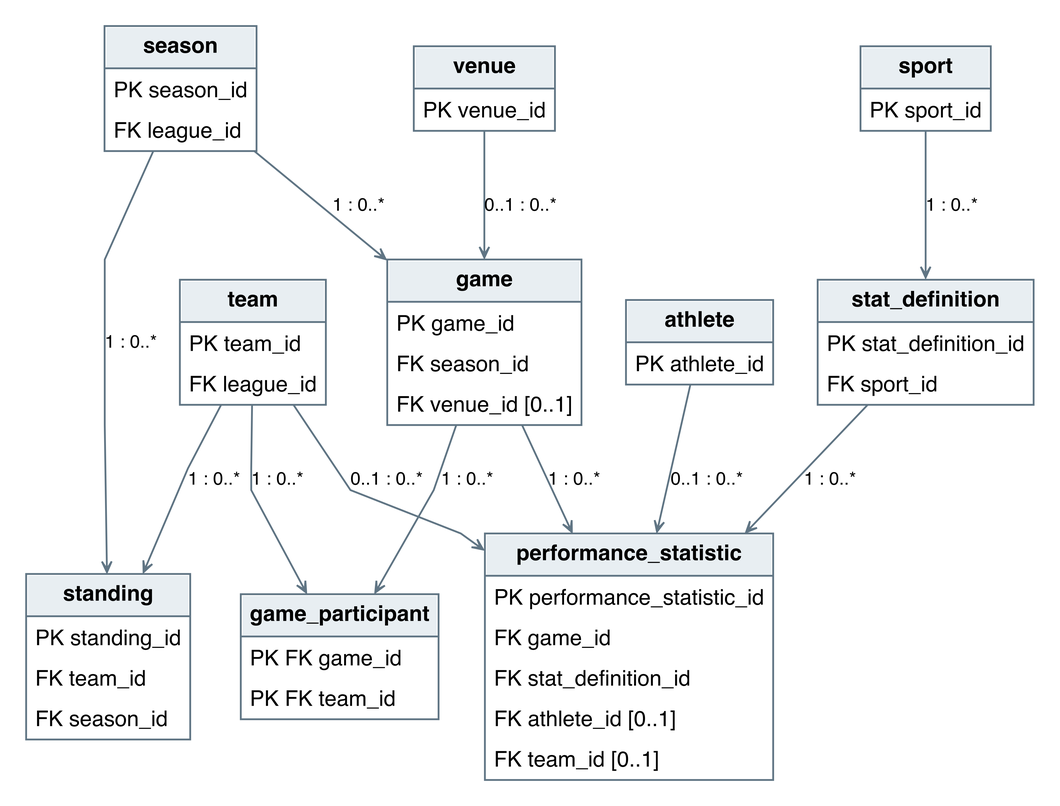
Before: docs/final-report/diagrams/games-statistics.png, a diagram exported from Graphviz (g497813927/NFLPlayersAnalytics). Its source is kept beside it as docs/final-report/diagrams/games-statistics.dot.
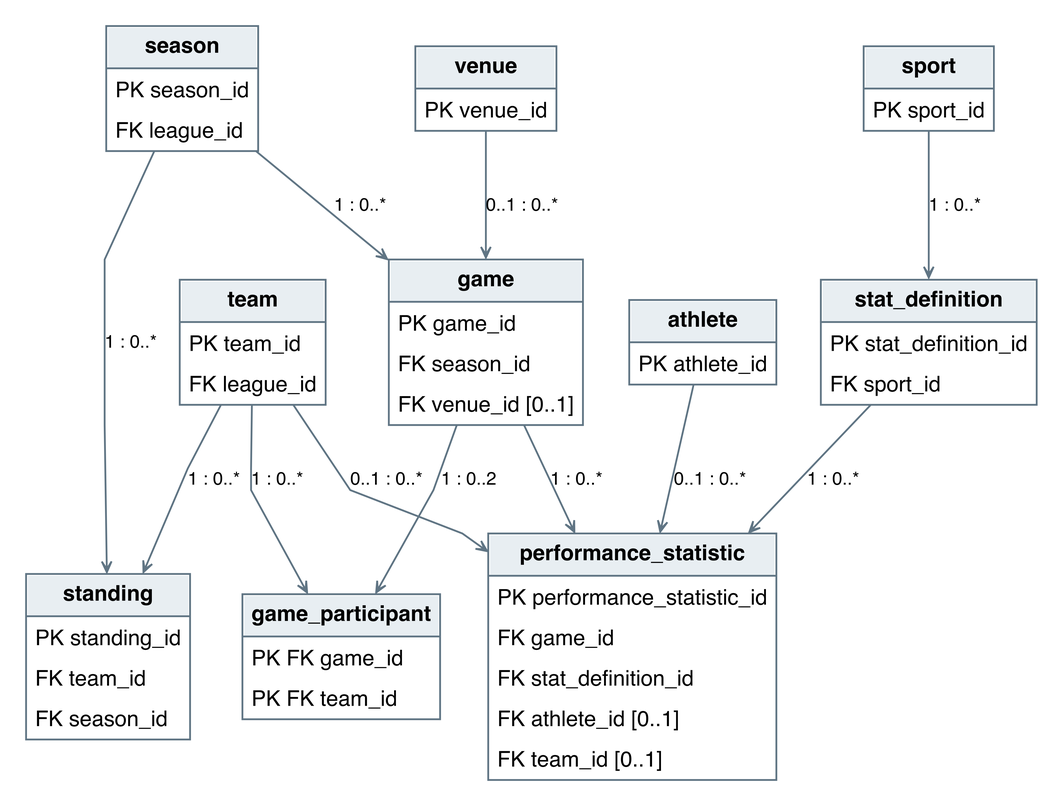
The same file after the commit.

Commit message:
docs: correct participant cardinality and account boundaries

Change to the diagram source:
```diff
@@ -11,7 +11,7 @@
 standing [label=<<TABLE BORDER="1" CELLBORDER="0" CELLSPACING="0" CELLPADDING="4" COLOR="#607584"><TR><TD BGCOLOR="#e8eef2"><B>standing</B></TD></TR><HR/><TR><TD ALIGN="LEFT">PK standing_id</TD></TR><TR><TD ALIGN="LEFT">FK team_id</TD></TR><TR><TD ALIGN="LEFT">FK season_id</TD></TR></TABLE>>];
 season -> game [label="1 : 0..*"];
 venue -> game [label="0..1 : 0..*"];
-game -> game_participant [label="1 : 0..*"];
+game -> game_participant [label="1 : 0..2"];
 team -> game_participant [label="1 : 0..*"];
 game -> performance_statistic [label="1 : 0..*"];
 stat_definition -> performance_statistic [label="1 : 0..*"];
```
